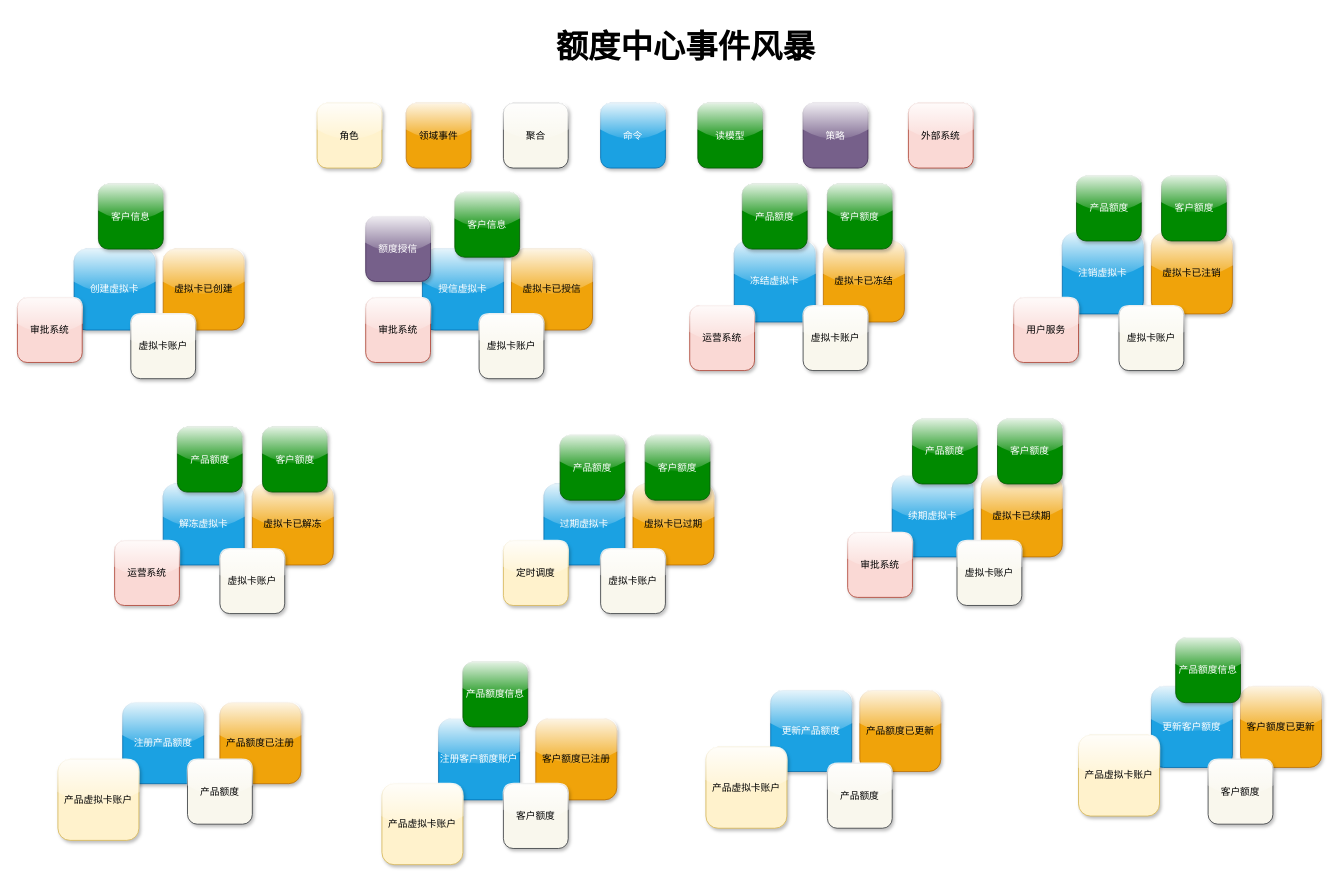
EvanLeung08/eshare-architect-doc keeps this draw.io diagram as Event Storming.drawio. Above is the earlier version. Source tidied: cells renumbered, new cells numbered last; positions are measured from the earlier drawing's top-left corner, leaving out a move shared by most shapes. Both pictures are drawn from the tidied source at 81%, with x=0, y=0 at pixel (17, 22).
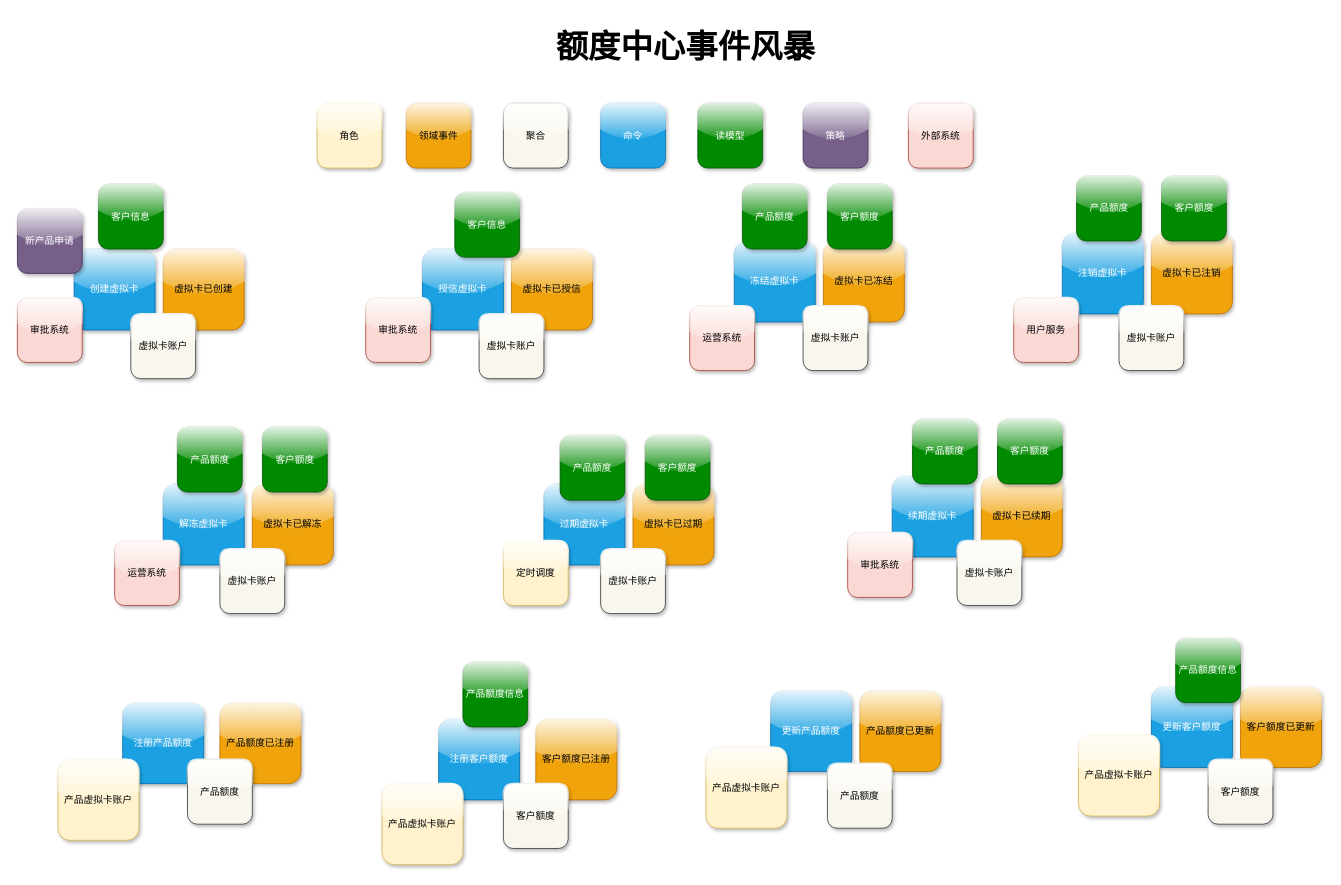
After the change.

Change to the diagram source:
```diff
@@
-    <mxCell id="9" value="注册客户额度账户" style="whiteSpace=wrap;html=1;shadow=1;fillColor=#1ba1e2;strokeColor=#006EAF;fontColor=#ffffff;glass=1;sketch=0;rounded=1;" parent="1" vertex="1">
+    <mxCell id="9" value="注册客户额度" style="whiteSpace=wrap;html=1;shadow=1;fillColor=#1ba1e2;strokeColor=#006EAF;fontColor=#ffffff;glass=1;sketch=0;rounded=1;" parent="1" vertex="1">
       <mxGeometry x="520" y="860" width="100" height="100" as="geometry" />
     </mxCell>
@@
-    <mxCell id="48" value="额度授信" style="whiteSpace=wrap;html=1;shadow=1;fillColor=#76608a;strokeColor=#432D57;fontColor=#ffffff;glass=1;sketch=0;rounded=1;" parent="1" vertex="1">
-      <mxGeometry x="430" y="240" width="80" height="80" as="geometry" />
-    </mxCell>
@@
+    <mxCell id="69" value="新产品申请" style="whiteSpace=wrap;html=1;shadow=1;fillColor=#76608a;strokeColor=#432D57;fontColor=#ffffff;glass=1;sketch=0;rounded=1;" parent="1" vertex="1">
+      <mxGeometry y="230" width="80" height="80" as="geometry" />
+    </mxCell>
```
